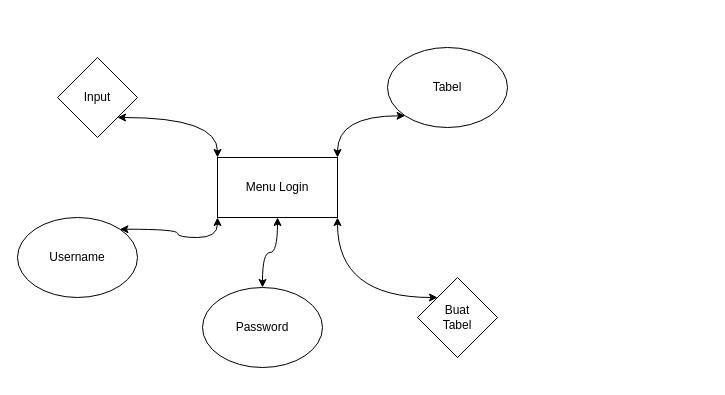
Hidayadie/Program-si-sharp keeps this draw.io diagram as Program UAS/Enkapsulasi.drawio. Above is the earlier version. Source tidied: cells renumbered, new cells numbered last; positions are measured from the earlier drawing's top-left corner, leaving out a move shared by most shapes. Both pictures are drawn from the tidied source at 100%, with x=0, y=0 at pixel (17, 47).
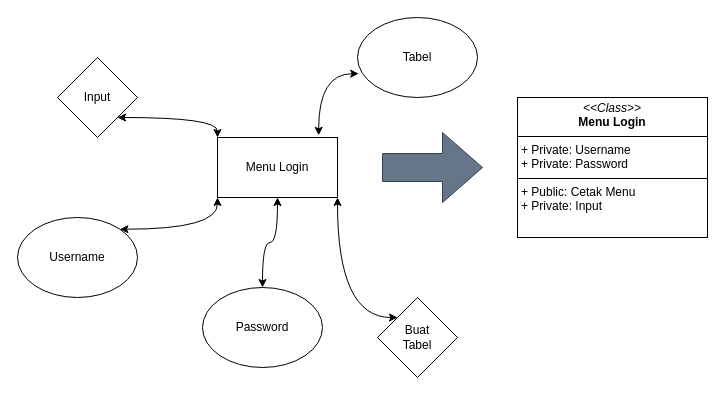
The same diagram, later.

The edit, as a diff of the source:
```diff
@@
 <mxGraphModel>
   <root>
     <mxCell id="0" />
     <mxCell id="1" parent="0" />
     <mxCell id="2" value="Menu Login" style="rounded=0;whiteSpace=wrap;html=1;" parent="1" vertex="1">
-      <mxGeometry x="200" y="110" width="120" height="60" as="geometry" />
+      <mxGeometry x="200" y="90" width="120" height="60" as="geometry" />
     </mxCell>
     <mxCell id="3" style="edgeStyle=orthogonalEdgeStyle;rounded=0;jettySize=auto;html=1;exitX=1;exitY=0;exitDx=0;exitDy=0;entryX=0;entryY=1;entryDx=0;entryDy=0;curved=1;startArrow=classic;startFill=1;" parent="1" edge="1" source="4" target="2">
       <mxGeometry relative="1" as="geometry" />
     </mxCell>
     <mxCell id="4" value="Username" style="ellipse;whiteSpace=wrap;html=1;" parent="1" vertex="1">
       <mxGeometry y="170" width="120" height="80" as="geometry" />
     </mxCell>
-    <mxCell id="5" style="edgeStyle=orthogonalEdgeStyle;rounded=0;jettySize=auto;html=1;exitX=0;exitY=1;exitDx=0;exitDy=0;entryX=1;entryY=0;entryDx=0;entryDy=0;curved=1;startArrow=classic;startFill=1;" parent="1" edge="1" source="6" target="2">
+    <mxCell id="5" style="edgeStyle=orthogonalEdgeStyle;rounded=0;jettySize=auto;html=1;exitX=0.01;exitY=0.702;exitDx=0;exitDy=0;entryX=0.843;entryY=-0.036;entryDx=0;entryDy=0;curved=1;startArrow=classic;startFill=1;entryPerimeter=0;exitPerimeter=0;" parent="1" edge="1" source="6" target="2">
       <mxGeometry relative="1" as="geometry" />
     </mxCell>
     <mxCell id="6" value="Tabel" style="ellipse;whiteSpace=wrap;html=1;" parent="1" vertex="1">
-      <mxGeometry x="370" width="120" height="80" as="geometry" />
+      <mxGeometry x="340" y="-30" width="120" height="80" as="geometry" />
     </mxCell>
     <mxCell id="7" style="edgeStyle=orthogonalEdgeStyle;rounded=0;jettySize=auto;html=1;exitX=0.5;exitY=0;exitDx=0;exitDy=0;entryX=0.5;entryY=1;entryDx=0;entryDy=0;curved=1;startArrow=classic;startFill=1;" parent="1" edge="1" source="8" target="2">
       <mxGeometry relative="1" as="geometry" />
     </mxCell>
     <mxCell id="8" value="Password" style="ellipse;whiteSpace=wrap;html=1;" parent="1" vertex="1">
       <mxGeometry x="185" y="240" width="120" height="80" as="geometry" />
     </mxCell>
     <mxCell id="9" style="edgeStyle=orthogonalEdgeStyle;rounded=0;jettySize=auto;html=1;exitX=0;exitY=0;exitDx=0;exitDy=0;entryX=1;entryY=1;entryDx=0;entryDy=0;curved=1;startArrow=classic;startFill=1;" parent="1" edge="1" source="10" target="2">
       <mxGeometry relative="1" as="geometry" />
     </mxCell>
     <mxCell id="10" value="Buat&lt;br&gt;Tabel" style="rhombus;whiteSpace=wrap;html=1;" parent="1" vertex="1">
-      <mxGeometry x="400" y="230" width="80" height="80" as="geometry" />
+      <mxGeometry x="360" y="250" width="80" height="80" as="geometry" />
     </mxCell>
     <mxCell id="11" style="edgeStyle=orthogonalEdgeStyle;rounded=0;jettySize=auto;html=1;exitX=1;exitY=1;exitDx=0;exitDy=0;entryX=0;entryY=0;entryDx=0;entryDy=0;curved=1;startArrow=classic;startFill=1;" parent="1" edge="1" source="12" target="2">
       <mxGeometry relative="1" as="geometry" />
     </mxCell>
     <mxCell id="12" value="Input" style="rhombus;whiteSpace=wrap;html=1;" parent="1" vertex="1">
       <mxGeometry x="40" y="10" width="80" height="80" as="geometry" />
     </mxCell>
+    <mxCell id="13" value="&lt;p style=&quot;margin:0px;margin-top:4px;text-align:center;&quot;&gt;&lt;i&gt;&amp;lt;&amp;lt;Class&amp;gt;&amp;gt;&lt;/i&gt;&lt;br&gt;&lt;b&gt;Menu Login&lt;/b&gt;&lt;br&gt;&lt;/p&gt;&lt;hr size=&quot;1&quot; style=&quot;border-style:solid;&quot;&gt;&lt;p style=&quot;margin:0px;margin-left:4px;&quot;&gt;+ Private: Username&lt;br&gt;+ Private: Password&lt;/p&gt;&lt;hr size=&quot;1&quot; style=&quot;border-style:solid;&quot;&gt;&lt;p style=&quot;margin:0px;margin-left:4px;&quot;&gt;+ Public: Cetak Menu&lt;br&gt;+ Private: Input&lt;br&gt;&lt;/p&gt;" style="verticalAlign=top;align=left;overflow=fill;html=1;whiteSpace=wrap;" parent="1" vertex="1">
+      <mxGeometry x="500" y="50" width="190" height="140" as="geometry" />
+    </mxCell>
+    <mxCell id="14" style="html=1;shadow=0;dashed=0;align=center;verticalAlign=middle;shape=mxgraph.arrows2.arrow;dy=0.6;dx=40;notch=0;fillColor=#647687;fontColor=#ffffff;strokeColor=#314354;" parent="1" vertex="1">
+      <mxGeometry x="365" y="85" width="100" height="70" as="geometry" />
+    </mxCell>
   </root>
 </mxGraphModel>
```
